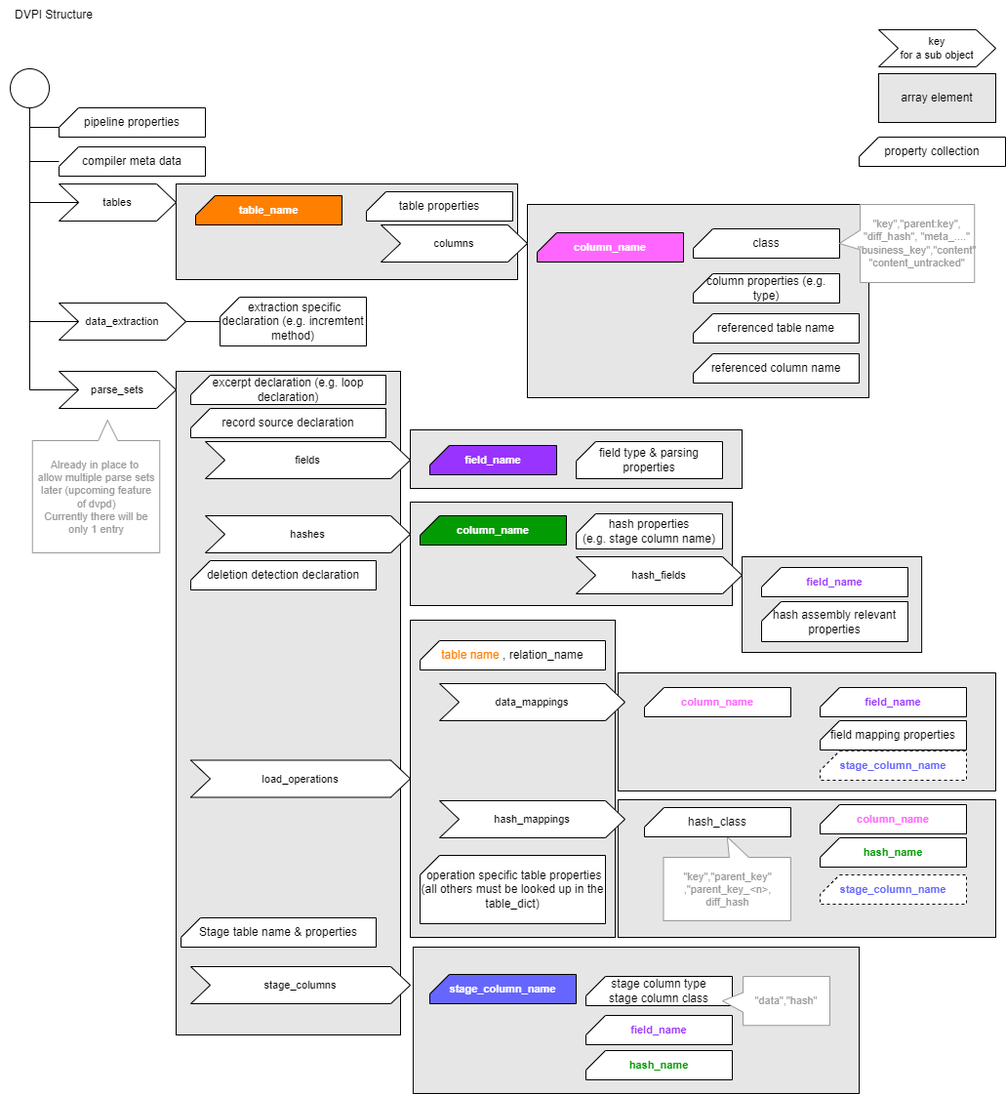
The draw.io diagram documentation/images/DVPI_structure.drawio.png in cimt-ag/data_vault_pipelinedescription, before a commit. Source tidied: cells renumbered, new cells last; positions are measured from the earlier drawing's top-left corner, leaving out a move shared by most shapes.
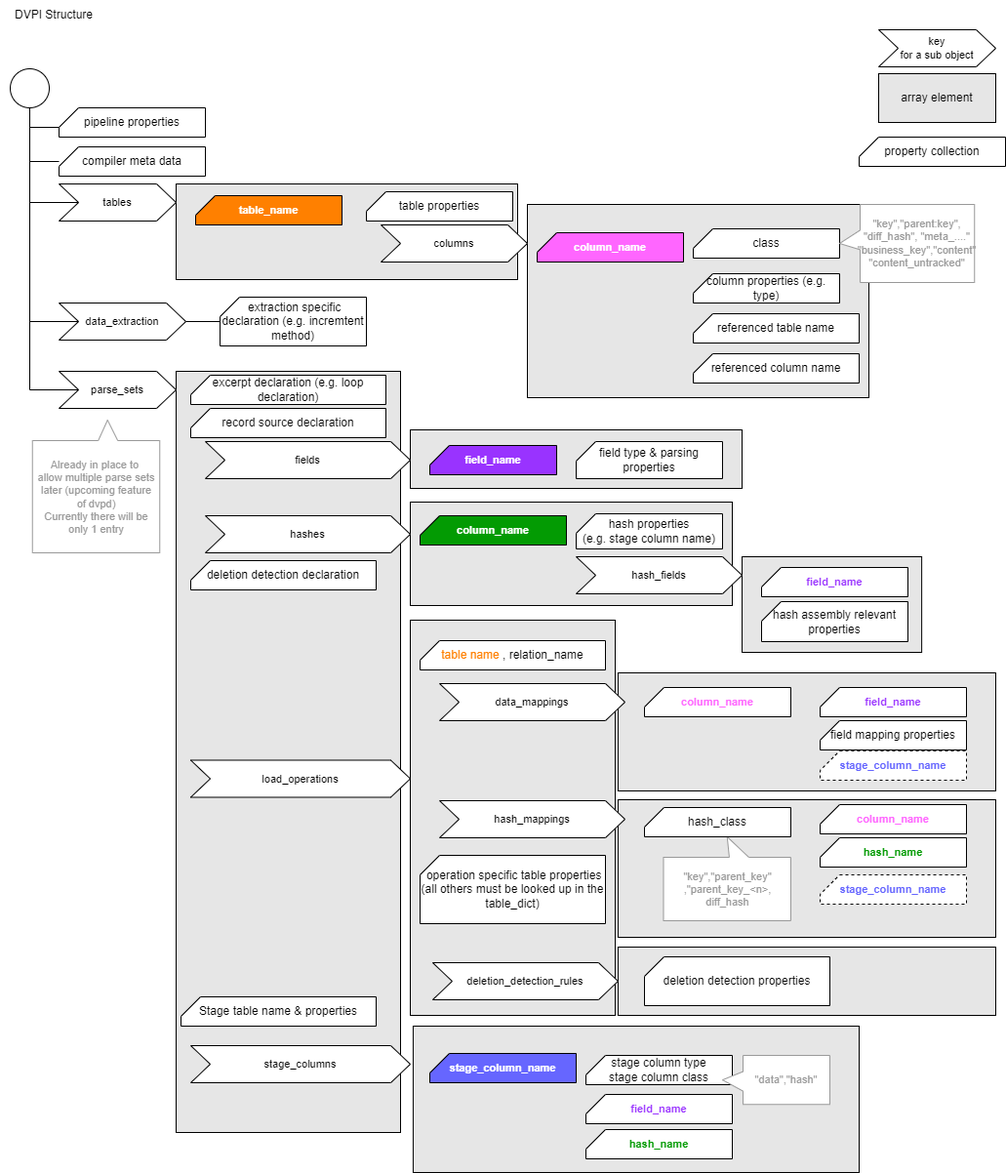
The same diagram one commit later.

Commit message:
Moved syntax for driving key declaration to deletion detection. Added first draft of dvpi syntax for deletion detection

Diff of the diagram source:
```diff
@@ -2,8 +2,11 @@
   <root>
     <mxCell id="0" />
     <mxCell id="1" parent="0" />
+    <mxCell id="72" style="rounded=0;whiteSpace=wrap;html=1;fillColor=#E6E6E6;" parent="1" vertex="1">
+      <mxGeometry x="632.9" y="970" width="387.1" height="70" as="geometry" />
+    </mxCell>
     <mxCell id="2" style="rounded=0;whiteSpace=wrap;html=1;fillColor=#E6E6E6;" parent="1" vertex="1">
-      <mxGeometry x="422.9" y="970" width="457.1" height="150" as="geometry" />
+      <mxGeometry x="422.9" y="1051" width="457.1" height="150" as="geometry" />
     </mxCell>
     <mxCell id="3" style="rounded=0;whiteSpace=wrap;html=1;fillColor=#E6E6E6;" parent="1" vertex="1">
       <mxGeometry x="632.9" y="819" width="387.1" height="141" as="geometry" />
@@ -27,7 +30,7 @@
       <mxGeometry width="110" height="30" as="geometry" />
     </mxCell>
     <mxCell id="10" style="rounded=0;whiteSpace=wrap;html=1;fillColor=#E6E6E6;" parent="1" vertex="1">
-      <mxGeometry x="180" y="380" width="230" height="680" as="geometry" />
+      <mxGeometry x="180" y="380" width="230" height="780" as="geometry" />
     </mxCell>
     <mxCell id="11" style="edgeStyle=orthogonalEdgeStyle;shape=connector;rounded=0;jettySize=auto;html=1;entryX=0.5;entryY=1;entryDx=0;entryDy=0;entryPerimeter=0;labelBackgroundColor=default;strokeColor=default;fontFamily=Helvetica;fontSize=11;fontColor=default;endArrow=none;endFill=0;" parent="1" edge="1" source="17" target="13">
       <mxGeometry relative="1" as="geometry" />
@@ -64,7 +67,7 @@
       <mxGeometry x="900" y="75" width="120" height="50" as="geometry" />
     </mxCell>
     <mxCell id="21" value="Stage table name &amp;amp; properties" style="verticalLabelPosition=middle;verticalAlign=middle;html=1;shape=card;whiteSpace=wrap;size=20;arcSize=12;labelPosition=center;align=center;" parent="1" vertex="1">
-      <mxGeometry x="185" y="940" width="200" height="30" as="geometry" />
+      <mxGeometry x="185" y="1021" width="200" height="30" as="geometry" />
     </mxCell>
     <mxCell id="22" value="excerpt declaration (e.g. loop declaration)" style="verticalLabelPosition=middle;verticalAlign=middle;html=1;shape=card;whiteSpace=wrap;size=20;arcSize=12;labelPosition=center;align=center;" parent="1" vertex="1">
       <mxGeometry x="195" y="384" width="200" height="30" as="geometry" />
@@ -124,7 +127,7 @@
       <mxGeometry x="225" y="304" width="150" height="50" as="geometry" />
     </mxCell>
     <mxCell id="41" style="rounded=0;whiteSpace=wrap;html=1;fillColor=#E6E6E6;" parent="1" vertex="1">
-      <mxGeometry x="420" y="635" width="210" height="325" as="geometry" />
+      <mxGeometry x="420" y="635" width="210" height="405" as="geometry" />
     </mxCell>
     <mxCell id="42" value="&lt;font color=&quot;#ff8000&quot;&gt;table name&lt;/font&gt;&amp;nbsp;, relation_name" style="verticalLabelPosition=middle;verticalAlign=middle;html=1;shape=card;whiteSpace=wrap;size=20;arcSize=12;labelPosition=center;align=center;" parent="1" vertex="1">
       <mxGeometry x="430" y="656" width="190" height="30" as="geometry" />
@@ -154,10 +157,10 @@
       <mxGeometry x="840" y="738" width="150" height="30" as="geometry" />
     </mxCell>
     <mxCell id="51" value="stage_columns" style="shape=step;perimeter=stepPerimeter;whiteSpace=wrap;html=1;fixedSize=1;fontFamily=Helvetica;fontSize=11;fontColor=default;" parent="1" vertex="1">
-      <mxGeometry x="195" y="990" width="225" height="38" as="geometry" />
+      <mxGeometry x="195" y="1071" width="225" height="38" as="geometry" />
     </mxCell>
     <mxCell id="52" value="field_name" style="verticalLabelPosition=middle;verticalAlign=middle;html=1;shape=card;whiteSpace=wrap;size=20;arcSize=12;labelPosition=center;align=center;fontSize=11;fontColor=#9933FF;fontStyle=1;" parent="1" vertex="1">
-      <mxGeometry x="600" y="1040" width="150" height="30" as="geometry" />
+      <mxGeometry x="600" y="1121" width="150" height="30" as="geometry" />
     </mxCell>
     <mxCell id="53" value="stage_column_name" style="verticalLabelPosition=middle;verticalAlign=middle;html=1;shape=card;whiteSpace=wrap;size=20;arcSize=12;labelPosition=center;align=center;fontSize=11;fontColor=#6666FF;fontStyle=1;dashed=1;" parent="1" vertex="1">
       <mxGeometry x="840" y="896" width="150" height="30" as="geometry" />
@@ -184,13 +187,13 @@
       <mxGeometry x="710" y="362" width="170" height="30" as="geometry" />
     </mxCell>
     <mxCell id="61" value="hash_name" style="verticalLabelPosition=middle;verticalAlign=middle;html=1;shape=card;whiteSpace=wrap;size=20;arcSize=12;labelPosition=center;align=center;fontSize=11;fontColor=#039b03;fontStyle=1;" parent="1" vertex="1">
-      <mxGeometry x="600" y="1076" width="150" height="30" as="geometry" />
+      <mxGeometry x="600" y="1157" width="150" height="30" as="geometry" />
     </mxCell>
     <mxCell id="62" value="stage column type&lt;br&gt;stage column class" style="verticalLabelPosition=middle;verticalAlign=middle;html=1;shape=card;whiteSpace=wrap;size=20;arcSize=12;labelPosition=center;align=center;" parent="1" vertex="1">
-      <mxGeometry x="600" y="1000" width="150" height="30" as="geometry" />
+      <mxGeometry x="600" y="1081" width="150" height="30" as="geometry" />
     </mxCell>
     <mxCell id="63" value="&quot;data&quot;,&quot;hash&quot;" style="shape=callout;whiteSpace=wrap;html=1;perimeter=calloutPerimeter;fontFamily=Helvetica;fontSize=11;fontColor=#999999;size=21;position=0.33;direction=south;strokeColor=#999999;" parent="1" vertex="1">
-      <mxGeometry x="740" y="1000" width="110" height="50.2" as="geometry" />
+      <mxGeometry x="740" y="1081" width="110" height="50.2" as="geometry" />
     </mxCell>
     <mxCell id="64" value="&quot;key&quot;,&quot;parent:key&quot;, &quot;diff_hash&quot;, &quot;meta_....&quot;&lt;br&gt;&quot;business_key&quot;,&quot;content&quot;&lt;br&gt;&quot;content_untracked&quot;" style="shape=callout;whiteSpace=wrap;html=1;perimeter=calloutPerimeter;fontFamily=Helvetica;fontSize=11;fontColor=#999999;size=21;position=0.33;direction=south;strokeColor=#999999;" parent="1" vertex="1">
       <mxGeometry x="860" y="209" width="138.2" height="80" as="geometry" />
@@ -214,7 +217,13 @@
       <mxGeometry x="660" y="827" width="150" height="30" as="geometry" />
     </mxCell>
     <mxCell id="71" value="stage_column_name" style="verticalLabelPosition=middle;verticalAlign=middle;html=1;shape=card;whiteSpace=wrap;size=20;arcSize=12;labelPosition=center;align=center;fontSize=11;fontColor=#FFFFFF;fontStyle=1;fillColor=#6666FF;labelBackgroundColor=none;" parent="1" vertex="1">
-      <mxGeometry x="440" y="998" width="150" height="30" as="geometry" />
+      <mxGeometry x="440" y="1079" width="150" height="30" as="geometry" />
     </mxCell>
+    <mxCell id="73" value="deletion detection properties" style="verticalLabelPosition=middle;verticalAlign=middle;html=1;shape=card;whiteSpace=wrap;size=20;arcSize=12;labelPosition=center;align=center;" parent="1" vertex="1">
+      <mxGeometry x="660" y="980" width="190" height="50" as="geometry" />
+    </mxCell>
+    <mxCell id="74" value="deletion_detection_rules" style="shape=step;perimeter=stepPerimeter;whiteSpace=wrap;html=1;fixedSize=1;fontFamily=Helvetica;fontSize=11;fontColor=default;" parent="1" vertex="1">
+      <mxGeometry x="442.9" y="986" width="190" height="38" as="geometry" />
+    </mxCell>
   </root>
 </mxGraphModel>
```
